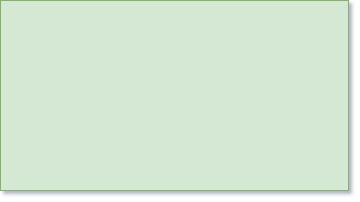
Earlier version of the draw.io export img/backend_diagram.png (guidogagl/LSMDB). Source tidied: cells renumbered, new cells last; positions are measured from the earlier drawing's top-left corner, leaving out a move shared by most shapes.
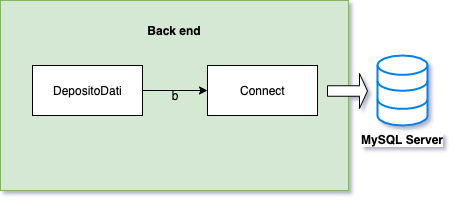
The same diagram one commit later.

What changed in the source:
```diff
@@ -2,8 +2,26 @@
   <root>
     <mxCell id="0" />
     <mxCell id="1" parent="0" />
-    <mxCell id="2" style="rounded=0;whiteSpace=wrap;html=1;fillColor=#d5e8d4;strokeColor=#82b366;" parent="1" vertex="1">
+    <mxCell id="2" value="b" style="rounded=0;whiteSpace=wrap;html=1;fillColor=#d5e8d4;strokeColor=#82b366;" parent="1" vertex="1">
       <mxGeometry width="348" height="190" as="geometry" />
     </mxCell>
+    <mxCell id="3" value="&lt;b&gt;MySQL Server&lt;/b&gt;" style="html=1;verticalLabelPosition=bottom;align=center;labelBackgroundColor=#ffffff;verticalAlign=top;strokeWidth=2;strokeColor=#0080F0;fillColor=#ffffff;shadow=0;dashed=0;shape=mxgraph.ios7.icons.data;" parent="1" vertex="1">
+      <mxGeometry x="377" y="55" width="50" height="70" as="geometry" />
+    </mxCell>
+    <mxCell id="4" style="edgeStyle=orthogonalEdgeStyle;rounded=0;jettySize=auto;html=1;entryX=0;entryY=0.5;entryDx=0;entryDy=0;" parent="1" edge="1" source="5" target="6">
+      <mxGeometry relative="1" as="geometry" />
+    </mxCell>
+    <mxCell id="5" value="DepositoDati" style="html=1;" parent="1" vertex="1">
+      <mxGeometry x="32" y="65" width="110" height="50" as="geometry" />
+    </mxCell>
+    <mxCell id="6" value="Connect" style="html=1;" parent="1" vertex="1">
+      <mxGeometry x="207" y="65" width="110" height="50" as="geometry" />
+    </mxCell>
+    <mxCell id="7" style="shape=singleArrow;whiteSpace=wrap;html=1;" parent="1" vertex="1">
+      <mxGeometry x="327" y="73" width="40" height="35" as="geometry" />
+    </mxCell>
+    <mxCell id="8" value="&lt;b&gt;Back end&lt;/b&gt;" style="text;html=1;strokeColor=none;fillColor=none;align=center;verticalAlign=middle;whiteSpace=wrap;rounded=0;" parent="1" vertex="1">
+      <mxGeometry x="134" y="20" width="80" height="20" as="geometry" />
+    </mxCell>
   </root>
 </mxGraphModel>
```
